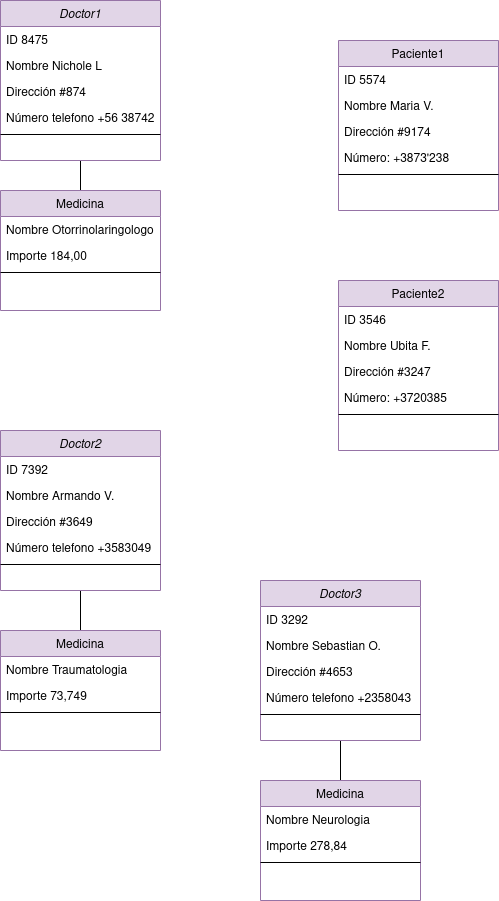
Earlier version of the draw.io export Tema2/DiagramasObjetos/img/DiagramaSistHospital.drawio.png (nicholelouis/ETS). Source tidied: cells renumbered, new cells last; positions are measured from the earlier drawing's top-left corner, leaving out a move shared by most shapes.
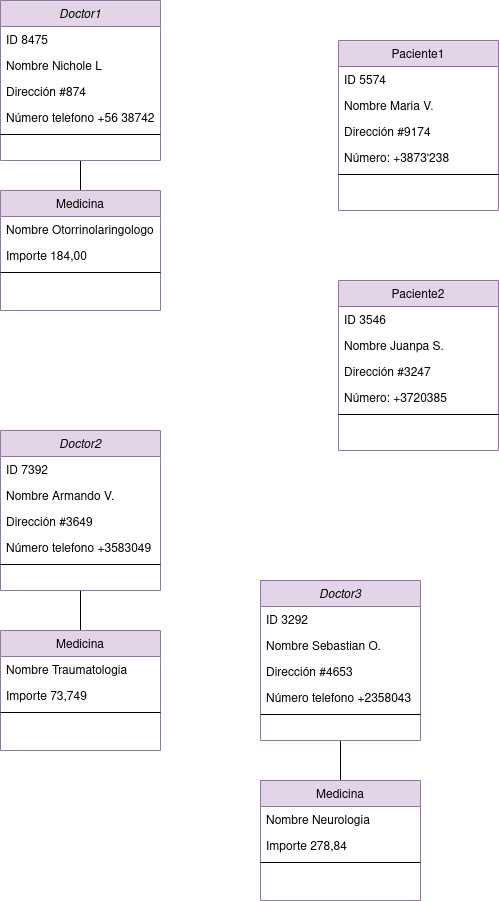
The same diagram one commit later.

What changed in the source:
```diff
@@ -125,7 +125,7 @@
     <mxCell id="42" value="ID 3546" style="text;align=left;verticalAlign=top;spacingLeft=4;spacingRight=4;overflow=hidden;" parent="41" vertex="1">
       <mxGeometry y="26" width="160" height="26" as="geometry" />
     </mxCell>
-    <mxCell id="43" value="Nombre Ubita F." style="text;align=left;verticalAlign=top;spacingLeft=4;spacingRight=4;overflow=hidden;rounded=0;shadow=0;html=0;" parent="41" vertex="1">
+    <mxCell id="43" value="Nombre Juanpa S." style="text;align=left;verticalAlign=top;spacingLeft=4;spacingRight=4;overflow=hidden;rounded=0;shadow=0;html=0;" parent="41" vertex="1">
       <mxGeometry y="52" width="160" height="26" as="geometry" />
     </mxCell>
     <mxCell id="44" value="Dirección #3247" style="text;align=left;verticalAlign=top;spacingLeft=4;spacingRight=4;overflow=hidden;rounded=0;shadow=0;html=0;" parent="41" vertex="1">
```
